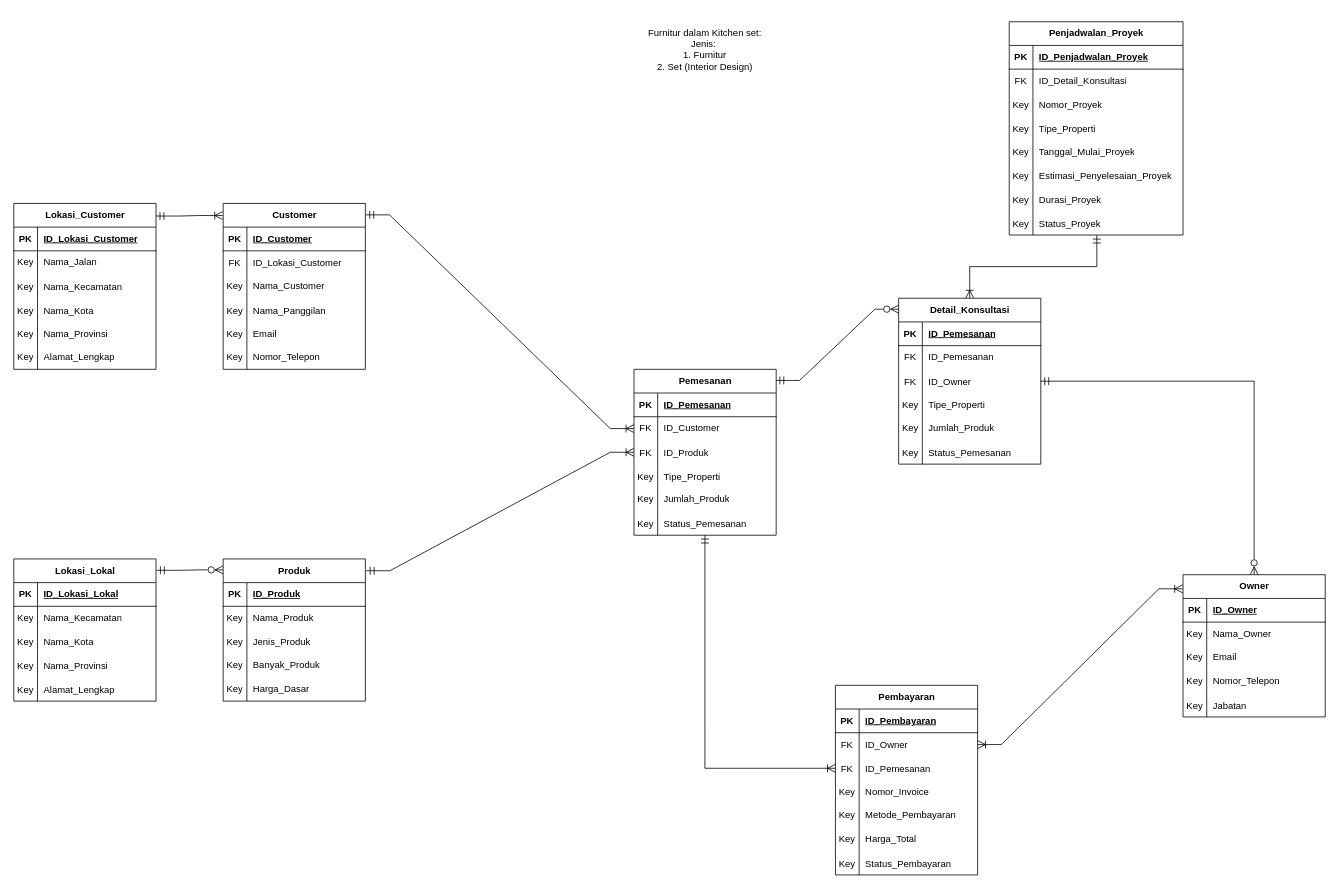
King-Ag-Jv/Project-Atrem keeps this draw.io diagram as sistem-kitchen-set-interior.drawio. Above is the earlier version. Source tidied: cells renumbered, new cells numbered last; positions are measured from the earlier drawing's top-left corner, leaving out a move shared by most shapes. Both pictures are drawn from the tidied source at 79%, with x=0, y=0 at pixel (13, 13).
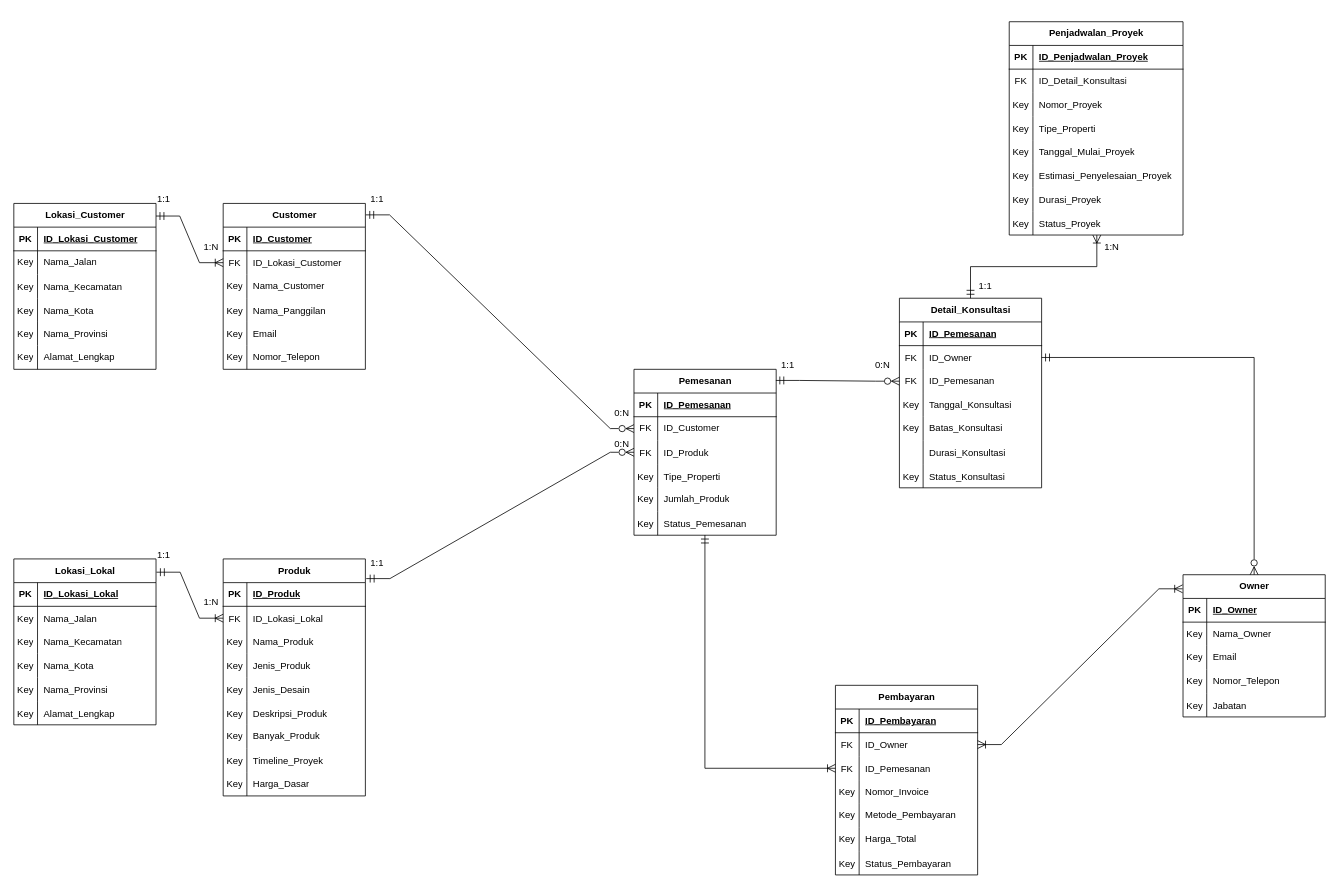
The same page after the edit.

Unchanged cells that the change refers to:
```xml
<mxCell id="18" value="Customer" style="shape=table;startSize=30;childLayout=tableLayout;rowLines=0;fontStyle=1;align=center;html=1;" parent="1" vertex="1">
  <mxGeometry x="265" y="240" width="180" height="210" as="geometry" />
</mxCell>
<mxCell id="22" style="shape=tableRow;horizontal=0;startSize=0;swimlaneHead=0;swimlaneBody=0;fillColor=none;points=[[0,0.5],[1,0.5]];portConstraint=eastwest;top=0;left=0;right=0;bottom=0;" parent="18" vertex="1">
  <mxGeometry y="60" width="180" height="30" as="geometry" />
</mxCell>
<mxCell id="97" style="shape=tableRow;horizontal=0;startSize=0;swimlaneHead=0;swimlaneBody=0;fillColor=none;points=[[0,0.5],[1,0.5]];portConstraint=eastwest;top=0;left=0;right=0;bottom=0;" parent="75" vertex="1">
  <mxGeometry y="240" width="220" height="30" as="geometry" />
</mxCell>
<mxCell id="100" value="Pemesanan" style="shape=table;startSize=30;childLayout=tableLayout;rowLines=0;fontStyle=1;align=center;html=1;" parent="1" vertex="1">
  <mxGeometry x="785" y="450" width="180" height="210" as="geometry" />
</mxCell>
<mxCell id="104" style="shape=tableRow;horizontal=0;startSize=0;swimlaneHead=0;swimlaneBody=0;fillColor=none;points=[[0,0.5],[1,0.5]];portConstraint=eastwest;top=0;left=0;right=0;bottom=0;" parent="100" vertex="1">
  <mxGeometry y="60" width="180" height="30" as="geometry" />
</mxCell>
<mxCell id="107" style="shape=tableRow;horizontal=0;startSize=0;swimlaneHead=0;swimlaneBody=0;fillColor=none;points=[[0,0.5],[1,0.5]];portConstraint=eastwest;top=0;left=0;right=0;bottom=0;" parent="100" vertex="1">
  <mxGeometry y="90" width="180" height="30" as="geometry" />
</mxCell>
<mxCell id="130" style="shape=tableRow;horizontal=0;startSize=0;swimlaneHead=0;swimlaneBody=0;fillColor=none;top=0;left=0;right=0;bottom=0;" parent="120" vertex="1">
  <mxGeometry y="120" width="180" height="30" as="geometry" />
</mxCell>
<mxCell id="133" style="shape=tableRow;horizontal=0;startSize=0;swimlaneHead=0;swimlaneBody=0;fillColor=none;top=0;left=0;right=0;bottom=0;" parent="120" vertex="1">
  <mxGeometry y="150" width="180" height="30" as="geometry" />
</mxCell>
<mxCell id="158" value="Lokasi_Customer" style="shape=table;startSize=30;childLayout=tableLayout;rowLines=0;fontStyle=1;align=center;html=1;" parent="1" vertex="1">
  <mxGeometry y="240" width="180" height="210" as="geometry" />
</mxCell>
```

Diff of the diagram source:
```diff
@@
     <mxCell id="2" value="Produk" style="shape=table;startSize=30;childLayout=tableLayout;rowLines=0;fontStyle=1;align=center;html=1;" parent="1" vertex="1">
-      <mxGeometry x="265" y="690" width="180" height="180" as="geometry" />
+      <mxGeometry x="265" y="690" width="180" height="300" as="geometry" />
     </mxCell>
@@
+    <mxCell id="183" style="shape=tableRow;horizontal=0;startSize=0;swimlaneHead=0;swimlaneBody=0;fillColor=none;points=[[0,0.5],[1,0.5]];portConstraint=eastwest;top=0;left=0;right=0;bottom=0;" parent="2" vertex="1">
+      <mxGeometry y="60" width="180" height="30" as="geometry" />
+    </mxCell>
+    <mxCell id="184" value="FK" style="shape=partialRectangle;fillColor=none;top=0;left=0;bottom=0;right=0;overflow=hidden;" parent="183" vertex="1">
+      <mxGeometry width="30" height="30" as="geometry" />
+    </mxCell>
+    <mxCell id="185" value="ID_Lokasi_Lokal" style="shape=partialRectangle;fillColor=none;top=0;left=0;bottom=0;right=0;align=left;spacingLeft=6;overflow=hidden;" parent="183" vertex="1">
+      <mxGeometry x="30" width="150" height="30" as="geometry" />
+    </mxCell>
     <mxCell id="6" style="shape=tableRow;horizontal=0;startSize=0;swimlaneHead=0;swimlaneBody=0;fillColor=none;top=0;left=0;right=0;bottom=0;" parent="2" vertex="1">
-      <mxGeometry y="60" width="180" height="30" as="geometry" />
+      <mxGeometry y="90" width="180" height="30" as="geometry" />
     </mxCell>
@@
     <mxCell id="9" style="shape=tableRow;horizontal=0;startSize=0;swimlaneHead=0;swimlaneBody=0;fillColor=none;top=0;left=0;right=0;bottom=0;" parent="2" vertex="1">
-      <mxGeometry y="90" width="180" height="30" as="geometry" />
+      <mxGeometry y="120" width="180" height="30" as="geometry" />
     </mxCell>
@@
+    <mxCell id="186" style="shape=tableRow;horizontal=0;startSize=0;swimlaneHead=0;swimlaneBody=0;fillColor=none;top=0;left=0;right=0;bottom=0;" parent="2" vertex="1">
+      <mxGeometry y="150" width="180" height="30" as="geometry" />
+    </mxCell>
+    <mxCell id="187" value="Key" style="shape=partialRectangle;fillColor=none;top=0;left=0;bottom=0;right=0;overflow=hidden;" parent="186" vertex="1">
+      <mxGeometry width="30" height="30" as="geometry" />
+    </mxCell>
+    <mxCell id="188" value="Jenis_Desain" style="shape=partialRectangle;fillColor=none;top=0;left=0;bottom=0;right=0;align=left;spacingLeft=6;overflow=hidden;" parent="186" vertex="1">
+      <mxGeometry x="30" width="150" height="30" as="geometry" />
+    </mxCell>
+    <mxCell id="189" style="shape=tableRow;horizontal=0;startSize=0;swimlaneHead=0;swimlaneBody=0;fillColor=none;top=0;left=0;right=0;bottom=0;" parent="2" vertex="1">
+      <mxGeometry y="180" width="180" height="30" as="geometry" />
+    </mxCell>
+    <mxCell id="190" value="Key" style="shape=partialRectangle;fillColor=none;top=0;left=0;bottom=0;right=0;overflow=hidden;" parent="189" vertex="1">
+      <mxGeometry width="30" height="30" as="geometry" />
+    </mxCell>
+    <mxCell id="191" value="Deskripsi_Produk" style="shape=partialRectangle;fillColor=none;top=0;left=0;bottom=0;right=0;align=left;spacingLeft=6;overflow=hidden;" parent="189" vertex="1">
+      <mxGeometry x="30" width="150" height="30" as="geometry" />
+    </mxCell>
     <mxCell id="12" style="shape=tableRow;horizontal=0;startSize=0;swimlaneHead=0;swimlaneBody=0;fillColor=none;top=0;left=0;right=0;bottom=0;" parent="2" vertex="1">
-      <mxGeometry y="120" width="180" height="30" as="geometry" />
+      <mxGeometry y="210" width="180" height="30" as="geometry" />
     </mxCell>
@@
+    <mxCell id="192" style="shape=tableRow;horizontal=0;startSize=0;swimlaneHead=0;swimlaneBody=0;fillColor=none;top=0;left=0;right=0;bottom=0;" parent="2" vertex="1">
+      <mxGeometry y="240" width="180" height="30" as="geometry" />
+    </mxCell>
+    <mxCell id="193" value="Key" style="shape=partialRectangle;fillColor=none;top=0;left=0;bottom=0;right=0;overflow=hidden;" parent="192" vertex="1">
+      <mxGeometry width="30" height="30" as="geometry" />
+    </mxCell>
+    <mxCell id="194" value="Timeline_Proyek" style="shape=partialRectangle;fillColor=none;top=0;left=0;bottom=0;right=0;align=left;spacingLeft=6;overflow=hidden;" parent="192" vertex="1">
+      <mxGeometry x="30" width="150" height="30" as="geometry" />
+    </mxCell>
     <mxCell id="15" style="shape=tableRow;horizontal=0;startSize=0;swimlaneHead=0;swimlaneBody=0;fillColor=none;top=0;left=0;right=0;bottom=0;" parent="2" vertex="1">
-      <mxGeometry y="150" width="180" height="30" as="geometry" />
+      <mxGeometry y="270" width="180" height="30" as="geometry" />
     </mxCell>
@@
-    <mxCell id="119" value="Furnitur dalam Kitchen set:&lt;div&gt;Jenis:&amp;nbsp;&lt;/div&gt;&lt;div&gt;1. Furnitur&lt;/div&gt;&lt;div&gt;2. Set (Interior Design)&lt;/div&gt;" style="text;html=1;whiteSpace=wrap;strokeColor=none;fillColor=none;align=center;verticalAlign=middle;rounded=0;" parent="1" vertex="1">
-      <mxGeometry x="760" width="230" height="90" as="geometry" />
-    </mxCell>
     <mxCell id="120" value="Detail_Konsultasi" style="shape=table;startSize=30;childLayout=tableLayout;rowLines=0;fontStyle=1;align=center;html=1;" parent="1" vertex="1">
-      <mxGeometry x="1120" y="360" width="180" height="210" as="geometry" />
+      <mxGeometry x="1121" y="360" width="180" height="240" as="geometry" />
     </mxCell>
@@
+    <mxCell id="127" style="shape=tableRow;horizontal=0;startSize=0;swimlaneHead=0;swimlaneBody=0;fillColor=none;points=[[0,0.5],[1,0.5]];portConstraint=eastwest;top=0;left=0;right=0;bottom=0;" parent="120" vertex="1">
+      <mxGeometry y="60" width="180" height="30" as="geometry" />
+    </mxCell>
+    <mxCell id="128" value="FK" style="shape=partialRectangle;fillColor=none;top=0;left=0;bottom=0;right=0;overflow=hidden;" parent="127" vertex="1">
+      <mxGeometry width="30" height="30" as="geometry" />
+    </mxCell>
+    <mxCell id="129" value="ID_Owner" style="shape=partialRectangle;fillColor=none;top=0;left=0;bottom=0;right=0;align=left;spacingLeft=6;overflow=hidden;" parent="127" vertex="1">
+      <mxGeometry x="30" width="150" height="30" as="geometry" />
+    </mxCell>
     <mxCell id="124" style="shape=tableRow;horizontal=0;startSize=0;swimlaneHead=0;swimlaneBody=0;fillColor=none;points=[[0,0.5],[1,0.5]];portConstraint=eastwest;top=0;left=0;right=0;bottom=0;" parent="120" vertex="1">
-      <mxGeometry y="60" width="180" height="30" as="geometry" />
+      <mxGeometry y="90" width="180" height="30" as="geometry" />
     </mxCell>
@@
-    <mxCell id="127" style="shape=tableRow;horizontal=0;startSize=0;swimlaneHead=0;swimlaneBody=0;fillColor=none;points=[[0,0.5],[1,0.5]];portConstraint=eastwest;top=0;left=0;right=0;bottom=0;" parent="120" vertex="1">
-      <mxGeometry y="90" width="180" height="30" as="geometry" />
-    </mxCell>
-    <mxCell id="128" value="FK" style="shape=partialRectangle;fillColor=none;top=0;left=0;bottom=0;right=0;overflow=hidden;" parent="127" vertex="1">
-      <mxGeometry width="30" height="30" as="geometry" />
-    </mxCell>
-    <mxCell id="129" value="ID_Owner" style="shape=partialRectangle;fillColor=none;top=0;left=0;bottom=0;right=0;align=left;spacingLeft=6;overflow=hidden;" parent="127" vertex="1">
-      <mxGeometry x="30" width="150" height="30" as="geometry" />
-    </mxCell>
@@
-    <mxCell id="132" value="Tipe_Properti" style="shape=partialRectangle;fillColor=none;top=0;left=0;bottom=0;right=0;align=left;spacingLeft=6;overflow=hidden;" parent="130" vertex="1">
+    <mxCell id="132" value="Tanggal_Konsultasi" style="shape=partialRectangle;fillColor=none;top=0;left=0;bottom=0;right=0;align=left;spacingLeft=6;overflow=hidden;" parent="130" vertex="1">
       <mxGeometry x="30" width="150" height="30" as="geometry" />
     </mxCell>
@@
-    <mxCell id="135" value="Jumlah_Produk" style="shape=partialRectangle;fillColor=none;top=0;left=0;bottom=0;right=0;align=left;spacingLeft=6;overflow=hidden;whiteSpace=wrap;html=1;" parent="133" vertex="1">
+    <mxCell id="135" value="Batas_Konsultasi" style="shape=partialRectangle;fillColor=none;top=0;left=0;bottom=0;right=0;align=left;spacingLeft=6;overflow=hidden;whiteSpace=wrap;html=1;" parent="133" vertex="1">
       <mxGeometry x="30" width="150" height="30" as="geometry" />
     </mxCell>
+    <mxCell id="195" style="shape=tableRow;horizontal=0;startSize=0;swimlaneHead=0;swimlaneBody=0;fillColor=none;top=0;left=0;right=0;bottom=0;" parent="120" vertex="1">
+      <mxGeometry y="180" width="180" height="30" as="geometry" />
+    </mxCell>
+    <mxCell id="196" style="shape=partialRectangle;fillColor=none;top=0;left=0;bottom=0;right=0;overflow=hidden;" parent="195" vertex="1">
+      <mxGeometry width="30" height="30" as="geometry" />
+    </mxCell>
+    <mxCell id="197" value="Durasi_Konsultasi" style="shape=partialRectangle;fillColor=none;top=0;left=0;bottom=0;right=0;align=left;spacingLeft=6;overflow=hidden;" parent="195" vertex="1">
+      <mxGeometry x="30" width="150" height="30" as="geometry" />
+    </mxCell>
     <mxCell id="136" style="shape=tableRow;horizontal=0;startSize=0;swimlaneHead=0;swimlaneBody=0;fillColor=none;top=0;left=0;right=0;bottom=0;" parent="120" vertex="1">
-      <mxGeometry y="180" width="180" height="30" as="geometry" />
+      <mxGeometry y="210" width="180" height="30" as="geometry" />
     </mxCell>
@@
-    <mxCell id="138" value="Status_Pemesanan" style="shape=partialRectangle;fillColor=none;top=0;left=0;bottom=0;right=0;align=left;spacingLeft=6;overflow=hidden;" parent="136" vertex="1">
+    <mxCell id="138" value="Status_Konsultasi" style="shape=partialRectangle;fillColor=none;top=0;left=0;bottom=0;right=0;align=left;spacingLeft=6;overflow=hidden;" parent="136" vertex="1">
       <mxGeometry x="30" width="150" height="30" as="geometry" />
     </mxCell>
-    <mxCell id="139" style="edgeStyle=entityRelationEdgeStyle;fontSize=12;html=1;endArrow=ERoneToMany;endFill=0;rounded=0;startSize=8;endSize=8;curved=0;exitX=1;exitY=0.076;exitDx=0;exitDy=0;exitPerimeter=0;entryX=-0.004;entryY=0.073;entryDx=0;entryDy=0;entryPerimeter=0;startArrow=ERmandOne;startFill=0;" parent="1" edge="1" source="158" target="18">
+    <mxCell id="139" style="edgeStyle=entityRelationEdgeStyle;fontSize=12;html=1;endArrow=ERoneToMany;endFill=0;rounded=0;startSize=8;endSize=8;curved=0;exitX=1;exitY=0.076;exitDx=0;exitDy=0;exitPerimeter=0;entryX=0;entryY=0.5;entryDx=0;entryDy=0;startArrow=ERmandOne;startFill=0;" parent="1" edge="1" source="158" target="22">
       <mxGeometry relative="1" as="geometry" />
     </mxCell>
     <mxCell id="140" value="Lokasi_Lokal" style="shape=table;startSize=30;childLayout=tableLayout;rowLines=0;fontStyle=1;align=center;html=1;" parent="1" vertex="1">
-      <mxGeometry y="690" width="180" height="180" as="geometry" />
+      <mxGeometry y="690" width="180" height="210" as="geometry" />
     </mxCell>
@@
+    <mxCell id="198" style="shape=tableRow;horizontal=0;startSize=0;swimlaneHead=0;swimlaneBody=0;fillColor=none;top=0;left=0;right=0;bottom=0;" parent="140" vertex="1">
+      <mxGeometry y="60" width="180" height="30" as="geometry" />
+    </mxCell>
+    <mxCell id="199" value="Key" style="shape=partialRectangle;fillColor=none;top=0;left=0;bottom=0;right=0;overflow=hidden;" parent="198" vertex="1">
+      <mxGeometry width="30" height="30" as="geometry" />
+    </mxCell>
+    <mxCell id="200" value="Nama_Jalan" style="shape=partialRectangle;fillColor=none;top=0;left=0;bottom=0;right=0;align=left;spacingLeft=6;overflow=hidden;" parent="198" vertex="1">
+      <mxGeometry x="30" width="150" height="30" as="geometry" />
+    </mxCell>
     <mxCell id="144" style="shape=tableRow;horizontal=0;startSize=0;swimlaneHead=0;swimlaneBody=0;fillColor=none;top=0;left=0;right=0;bottom=0;" parent="140" vertex="1">
-      <mxGeometry y="60" width="180" height="30" as="geometry" />
+      <mxGeometry y="90" width="180" height="30" as="geometry" />
     </mxCell>
@@
     <mxCell id="147" style="shape=tableRow;horizontal=0;startSize=0;swimlaneHead=0;swimlaneBody=0;fillColor=none;top=0;left=0;right=0;bottom=0;" parent="140" vertex="1">
-      <mxGeometry y="90" width="180" height="30" as="geometry" />
+      <mxGeometry y="120" width="180" height="30" as="geometry" />
     </mxCell>
@@
     <mxCell id="150" style="shape=tableRow;horizontal=0;startSize=0;swimlaneHead=0;swimlaneBody=0;fillColor=none;top=0;left=0;right=0;bottom=0;" parent="140" vertex="1">
-      <mxGeometry y="120" width="180" height="30" as="geometry" />
+      <mxGeometry y="150" width="180" height="30" as="geometry" />
     </mxCell>
@@
     <mxCell id="153" style="shape=tableRow;horizontal=0;startSize=0;swimlaneHead=0;swimlaneBody=0;fillColor=none;top=0;left=0;right=0;bottom=0;" parent="140" vertex="1">
-      <mxGeometry y="150" width="180" height="30" as="geometry" />
+      <mxGeometry y="180" width="180" height="30" as="geometry" />
     </mxCell>
@@
-    <mxCell id="156" style="edgeStyle=entityRelationEdgeStyle;fontSize=12;html=1;endArrow=ERzeroToMany;endFill=0;rounded=0;startSize=8;endSize=8;curved=0;exitX=1.003;exitY=0.08;exitDx=0;exitDy=0;exitPerimeter=0;entryX=-0.001;entryY=0.077;entryDx=0;entryDy=0;entryPerimeter=0;startArrow=ERmandOne;startFill=0;" parent="1" edge="1" source="140" target="2">
+    <mxCell id="156" style="edgeStyle=entityRelationEdgeStyle;fontSize=12;html=1;endArrow=ERoneToMany;endFill=0;rounded=0;startSize=8;endSize=8;curved=0;exitX=1.003;exitY=0.08;exitDx=0;exitDy=0;exitPerimeter=0;entryX=0;entryY=0.5;entryDx=0;entryDy=0;startArrow=ERmandOne;startFill=0;" parent="1" edge="1" source="140" target="183">
       <mxGeometry relative="1" as="geometry" />
     </mxCell>
-    <mxCell id="157" style="edgeStyle=entityRelationEdgeStyle;fontSize=12;html=1;endArrow=ERzeroToMany;endFill=0;rounded=0;startSize=8;endSize=8;curved=0;exitX=0.998;exitY=0.067;exitDx=0;exitDy=0;exitPerimeter=0;entryX=0;entryY=0.066;entryDx=0;entryDy=0;entryPerimeter=0;startArrow=ERmandOne;startFill=0;" parent="1" edge="1" source="100" target="120">
+    <mxCell id="157" style="edgeStyle=entityRelationEdgeStyle;fontSize=12;html=1;endArrow=ERzeroToMany;endFill=0;rounded=0;startSize=8;endSize=8;curved=0;exitX=0.998;exitY=0.067;exitDx=0;exitDy=0;exitPerimeter=0;entryX=0;entryY=0.5;entryDx=0;entryDy=0;startArrow=ERmandOne;startFill=0;" parent="1" edge="1" source="100" target="124">
       <mxGeometry relative="1" as="geometry" />
     </mxCell>
@@
-    <mxCell id="178" style="fontSize=12;html=1;endArrow=ERoneToMany;endFill=0;rounded=0;startSize=8;endSize=8;startArrow=ERmandOne;startFill=0;exitX=1.003;exitY=0.069;exitDx=0;exitDy=0;exitPerimeter=0;edgeStyle=entityRelationEdgeStyle;entryX=0;entryY=0.5;entryDx=0;entryDy=0;" parent="1" edge="1" source="18" target="104">
+    <mxCell id="178" style="fontSize=12;html=1;endArrow=ERzeroToMany;endFill=0;rounded=0;startSize=8;endSize=8;startArrow=ERmandOne;startFill=0;exitX=1.003;exitY=0.069;exitDx=0;exitDy=0;exitPerimeter=0;edgeStyle=entityRelationEdgeStyle;entryX=0;entryY=0.5;entryDx=0;entryDy=0;" parent="1" edge="1" source="18" target="104">
       <mxGeometry relative="1" as="geometry" />
     </mxCell>
-    <mxCell id="179" style="fontSize=12;html=1;endArrow=ERoneToMany;endFill=0;rounded=0;startSize=8;endSize=8;startArrow=ERmandOne;startFill=0;exitX=1.006;exitY=0.083;exitDx=0;exitDy=0;exitPerimeter=0;edgeStyle=entityRelationEdgeStyle;entryX=0;entryY=0.5;entryDx=0;entryDy=0;" parent="1" edge="1" source="2" target="107">
+    <mxCell id="179" style="fontSize=12;html=1;endArrow=ERzeroToMany;endFill=0;rounded=0;startSize=8;endSize=8;startArrow=ERmandOne;startFill=0;exitX=1.006;exitY=0.083;exitDx=0;exitDy=0;exitPerimeter=0;edgeStyle=entityRelationEdgeStyle;entryX=0;entryY=0.5;entryDx=0;entryDy=0;" parent="1" edge="1" source="2" target="107">
       <mxGeometry relative="1" as="geometry" />
     </mxCell>
-    <mxCell id="180" style="fontSize=12;html=1;endArrow=ERoneToMany;endFill=0;rounded=0;startSize=8;endSize=8;startArrow=ERmandOne;startFill=0;exitX=0.504;exitY=1.004;exitDx=0;exitDy=0;exitPerimeter=0;edgeStyle=orthogonalEdgeStyle;entryX=0.5;entryY=0;entryDx=0;entryDy=0;" parent="1" edge="1" source="97" target="120">
+    <mxCell id="180" style="fontSize=12;html=1;endArrow=ERmandOne;endFill=0;rounded=0;startSize=8;endSize=8;startArrow=ERoneToMany;startFill=0;exitX=0.504;exitY=1.004;exitDx=0;exitDy=0;exitPerimeter=0;edgeStyle=orthogonalEdgeStyle;entryX=0.5;entryY=0;entryDx=0;entryDy=0;" parent="1" edge="1" source="97" target="120">
       <mxGeometry relative="1" as="geometry" />
     </mxCell>
@@
+    <mxCell id="201" value="1:1" style="text;html=1;whiteSpace=wrap;strokeColor=none;fillColor=none;align=center;verticalAlign=middle;rounded=0;" parent="1" vertex="1">
+      <mxGeometry x="160" y="220" width="60" height="30" as="geometry" />
+    </mxCell>
+    <mxCell id="202" value="1:N" style="text;html=1;whiteSpace=wrap;strokeColor=none;fillColor=none;align=center;verticalAlign=middle;rounded=0;" parent="1" vertex="1">
+      <mxGeometry x="220" y="280" width="60" height="30" as="geometry" />
+    </mxCell>
+    <mxCell id="203" value="1:1" style="text;html=1;whiteSpace=wrap;strokeColor=none;fillColor=none;align=center;verticalAlign=middle;rounded=0;" parent="1" vertex="1">
+      <mxGeometry x="160" y="670" width="60" height="30" as="geometry" />
+    </mxCell>
+    <mxCell id="204" value="1:N" style="text;html=1;whiteSpace=wrap;strokeColor=none;fillColor=none;align=center;verticalAlign=middle;rounded=0;" parent="1" vertex="1">
+      <mxGeometry x="220" y="730" width="60" height="30" as="geometry" />
+    </mxCell>
+    <mxCell id="205" value="1:1" style="text;html=1;whiteSpace=wrap;strokeColor=none;fillColor=none;align=center;verticalAlign=middle;rounded=0;" parent="1" vertex="1">
+      <mxGeometry x="430" y="680" width="60" height="30" as="geometry" />
+    </mxCell>
+    <mxCell id="206" value="1:1" style="text;html=1;whiteSpace=wrap;strokeColor=none;fillColor=none;align=center;verticalAlign=middle;rounded=0;" parent="1" vertex="1">
+      <mxGeometry x="430" y="220" width="60" height="30" as="geometry" />
+    </mxCell>
+    <mxCell id="207" value="0:N" style="text;html=1;whiteSpace=wrap;strokeColor=none;fillColor=none;align=center;verticalAlign=middle;rounded=0;" parent="1" vertex="1">
+      <mxGeometry x="740" y="490" width="60" height="30" as="geometry" />
+    </mxCell>
+    <mxCell id="208" value="0:N" style="text;html=1;whiteSpace=wrap;strokeColor=none;fillColor=none;align=center;verticalAlign=middle;rounded=0;" parent="1" vertex="1">
+      <mxGeometry x="740" y="530" width="60" height="30" as="geometry" />
+    </mxCell>
+    <mxCell id="209" value="1:1" style="text;html=1;whiteSpace=wrap;strokeColor=none;fillColor=none;align=center;verticalAlign=middle;rounded=0;" parent="1" vertex="1">
+      <mxGeometry x="950" y="430" width="60" height="30" as="geometry" />
+    </mxCell>
+    <mxCell id="210" value="1:1" style="text;html=1;whiteSpace=wrap;strokeColor=none;fillColor=none;align=center;verticalAlign=middle;rounded=0;" parent="1" vertex="1">
+      <mxGeometry x="1200" y="330" width="60" height="30" as="geometry" />
+    </mxCell>
+    <mxCell id="211" value="0:N" style="text;html=1;whiteSpace=wrap;strokeColor=none;fillColor=none;align=center;verticalAlign=middle;rounded=0;" parent="1" vertex="1">
+      <mxGeometry x="1070" y="430" width="60" height="30" as="geometry" />
+    </mxCell>
+    <mxCell id="212" value="1:N" style="text;html=1;whiteSpace=wrap;strokeColor=none;fillColor=none;align=center;verticalAlign=middle;rounded=0;" parent="1" vertex="1">
+      <mxGeometry x="1360" y="280" width="60" height="30" as="geometry" />
+    </mxCell>
```
